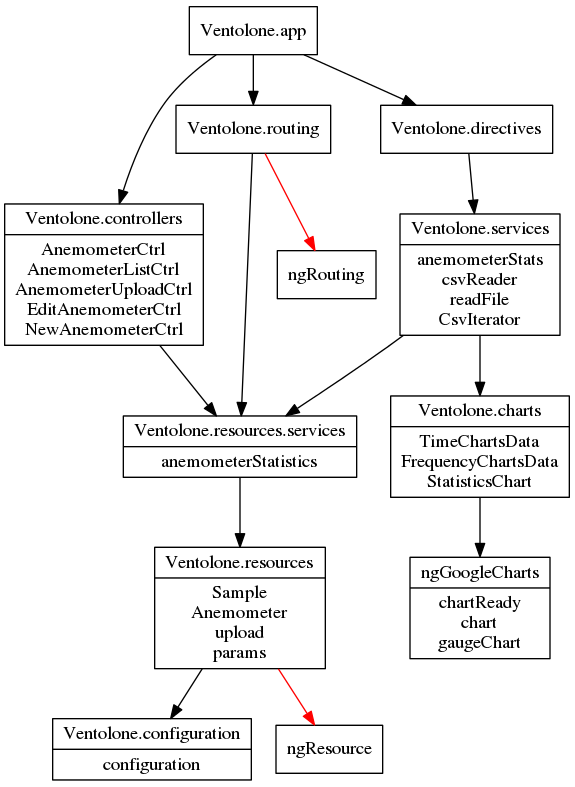
This is dependencies-graph.png from VentolONE/ventolone-app, a Graphviz export, as it was before one commit. Its source is kept beside it as dependencies-graph.dot. The source it was exported from:
```dot
digraph dependencies{
  node[shape="record"]

  "Ventolone.configuration"[label="{Ventolone.configuration|configuration}"];
  "Ventolone.resources"[label="{Ventolone.resources|Sample\nAnemometer\nupload\nparams}"]
  "Ventolone.resources.services"[label="{Ventolone.resources.services|anemometerStatistics}"]
  "Ventolone.controllers"[label="{Ventolone.controllers|AnemometerCtrl\nAnemometerListCtrl\nAnemometerUploadCtrl\nEditAnemometerCtrl\nNewAnemometerCtrl}"]
  "ngGoogleCharts"[label="{ngGoogleCharts|chartReady\nchart\ngaugeChart}"]
  "Ventolone.charts"[label="{Ventolone.charts|TimeChartsData\nFrequencyChartsData\nStatisticsChart}"]
  "Ventolone.services"[label="{Ventolone.services|anemometerStats\ncsvReader\nreadFile\nCsvIterator}"]

  "Ventolone.app" -> "Ventolone.controllers"
  "Ventolone.app" -> "Ventolone.directives"
  "Ventolone.app" -> "Ventolone.routing"

  "Ventolone.charts" -> "ngGoogleCharts"
  "Ventolone.controllers" -> "Ventolone.resources.services"
  "Ventolone.directives" -> "Ventolone.services"
  "Ventolone.resources" -> "ngResource"[color="red"]
  "Ventolone.resources" -> "Ventolone.configuration"
  "Ventolone.resources.services" -> "Ventolone.resources";
  "Ventolone.routing" -> "ngRouting"[color="red"]
  "Ventolone.routing" -> "Ventolone.resources.services"
  "Ventolone.services" -> "Ventolone.charts"
  "Ventolone.services" -> "Ventolone.resources.services"
}
```
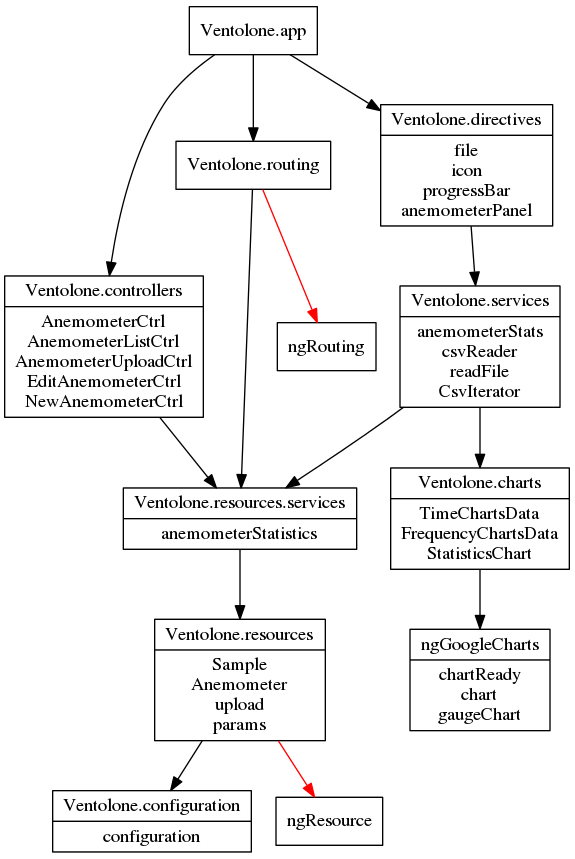
Later version of the same file.

Commit message:
updated dependency graph

What changed in the source:
```diff
@@ -8,6 +8,7 @@
   "ngGoogleCharts"[label="{ngGoogleCharts|chartReady\nchart\ngaugeChart}"]
   "Ventolone.charts"[label="{Ventolone.charts|TimeChartsData\nFrequencyChartsData\nStatisticsChart}"]
   "Ventolone.services"[label="{Ventolone.services|anemometerStats\ncsvReader\nreadFile\nCsvIterator}"]
+  "Ventolone.directives"[label="{Ventolone.directives|file\nicon\nprogressBar\nanemometerPanel}"]
 
   "Ventolone.app" -> "Ventolone.controllers"
   "Ventolone.app" -> "Ventolone.directives"
```
